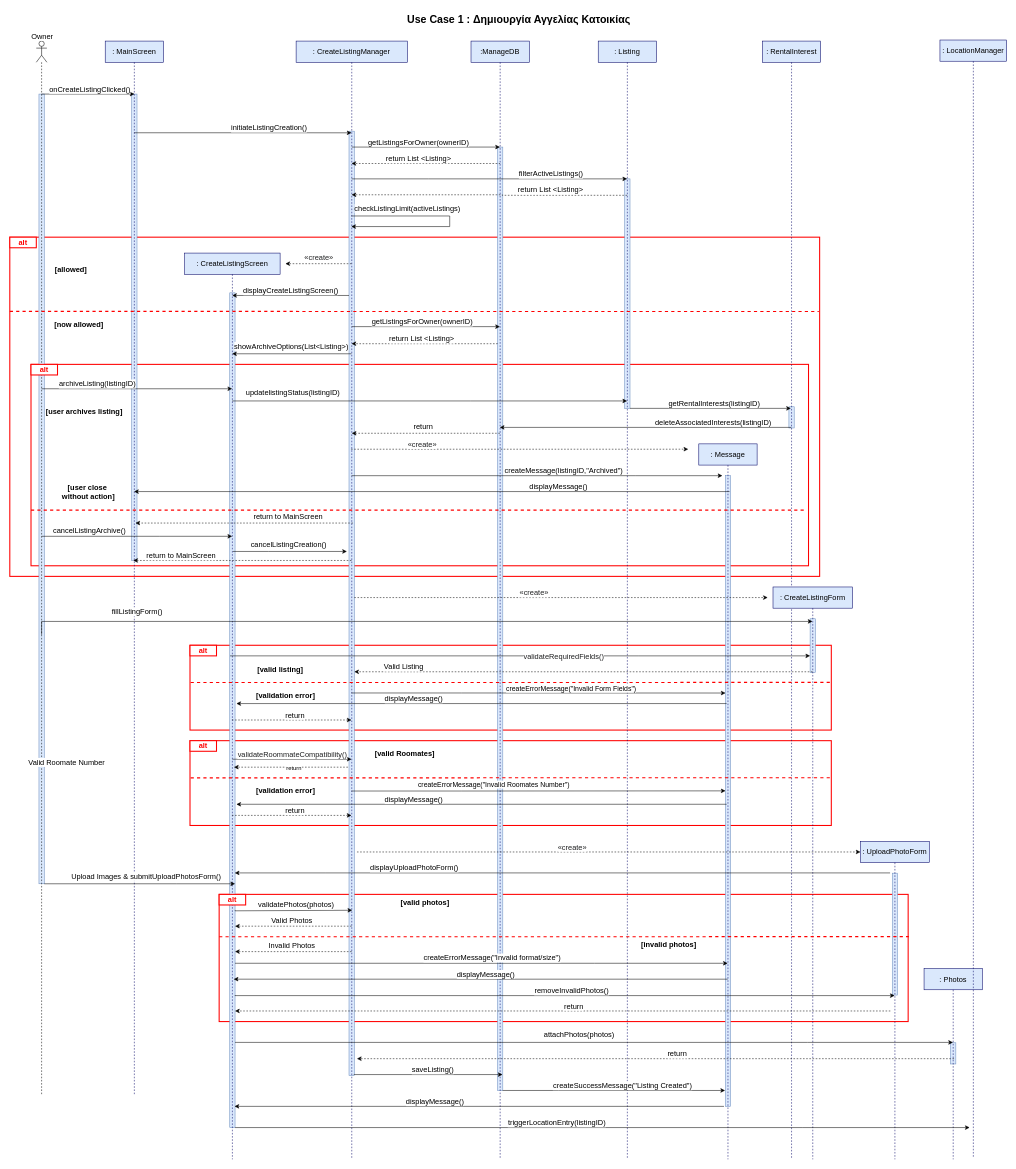
Before: page "use-case-1" (1 of 15) of FINAL DIAGRAMS/final_sequences.drawio in evelinastavropoulou/HomeLink, a draw.io diagram. Source tidied: cells renumbered, new cells numbered last; positions are measured from the earlier drawing's top-left corner, leaving out a move shared by most shapes. Both pictures are drawn from the tidied source at 53%, with x=0, y=0 at pixel (10, 9).
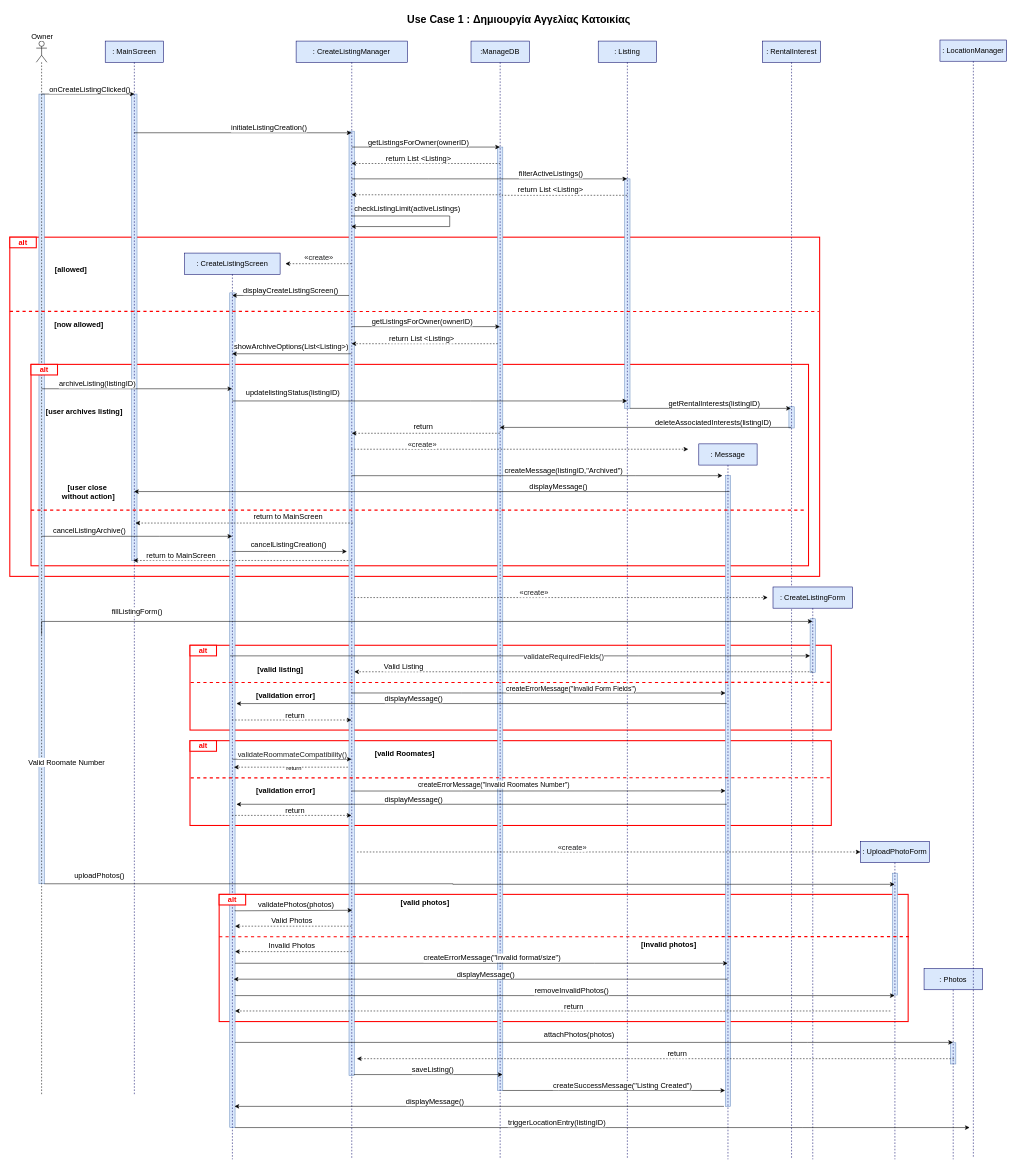
The same page after the edit.

Unchanged cells that the change refers to:
```xml
<mxCell id="104" value=": UploadPhotoForm" style="shape=umlLifeline;perimeter=lifelinePerimeter;whiteSpace=wrap;html=1;outlineConnect=0;portConstraint=eastwest;newEdgeStyle={&quot;curved&quot;:0,&quot;rounded&quot;:0};fillColor=#dae8fc;strokeColor=#000066;fontSize=14;" parent="1" vertex="1">
  <mxGeometry x="1605" y="1570" width="130" height="600" as="geometry" />
</mxCell>
```

What changed in the source:
```diff
@@
-    <mxCell id="107" style="endArrow=classic;html=1;rounded=0;fontSize=14;" parent="1" edge="1">
-      <mxGeometry relative="1" as="geometry">
-        <mxPoint x="1660.9" y="1629.5" as="sourcePoint" />
-        <mxPoint x="424.5" y="1629.5" as="targetPoint" />
-        <Array as="points">
-          <mxPoint x="595" y="1629.5" />
-        </Array>
-      </mxGeometry>
-    </mxCell>
-    <mxCell id="108" value="displayUploadPhotoForm()" style="edgeLabel;html=1;align=center;verticalAlign=middle;fontSize=14;" parent="107" vertex="1">
-      <mxGeometry x="-0.26" y="-1" relative="1" as="geometry">
-        <mxPoint x="-441" y="-9" as="offset" />
-      </mxGeometry>
-    </mxCell>
-    <mxCell id="109" style="edgeStyle=orthogonalEdgeStyle;rounded=0;orthogonalLoop=1;jettySize=auto;html=1;curved=0;fontSize=14;" parent="1" edge="1">
+    <mxCell id="109" style="edgeStyle=orthogonalEdgeStyle;rounded=0;jettySize=auto;html=1;curved=0;fontSize=14;" parent="1" edge="1" target="104">
       <mxGeometry relative="1" as="geometry">
         <mxPoint x="65" y="1650" as="sourcePoint" />
-        <mxPoint x="425" y="1650" as="targetPoint" />
         <Array as="points">
-          <mxPoint x="315" y="1650" />
-          <mxPoint x="315" y="1650" />
+          <mxPoint x="836" y="1651" />
         </Array>
       </mxGeometry>
     </mxCell>
-    <mxCell id="110" value="Upload Images &amp;amp; submitUploadPhotosForm()" style="edgeLabel;html=1;align=center;verticalAlign=middle;fontSize=14;" parent="109" vertex="1">
+    <mxCell id="110" value="uploadPhotos()" style="edgeLabel;html=1;align=center;verticalAlign=middle;fontSize=14;" parent="109" vertex="1">
       <mxGeometry x="0.11" y="2" relative="1" as="geometry">
-        <mxPoint x="-9" y="-13" as="offset" />
+        <mxPoint x="-787" y="-15" as="offset" />
       </mxGeometry>
     </mxCell>
```
